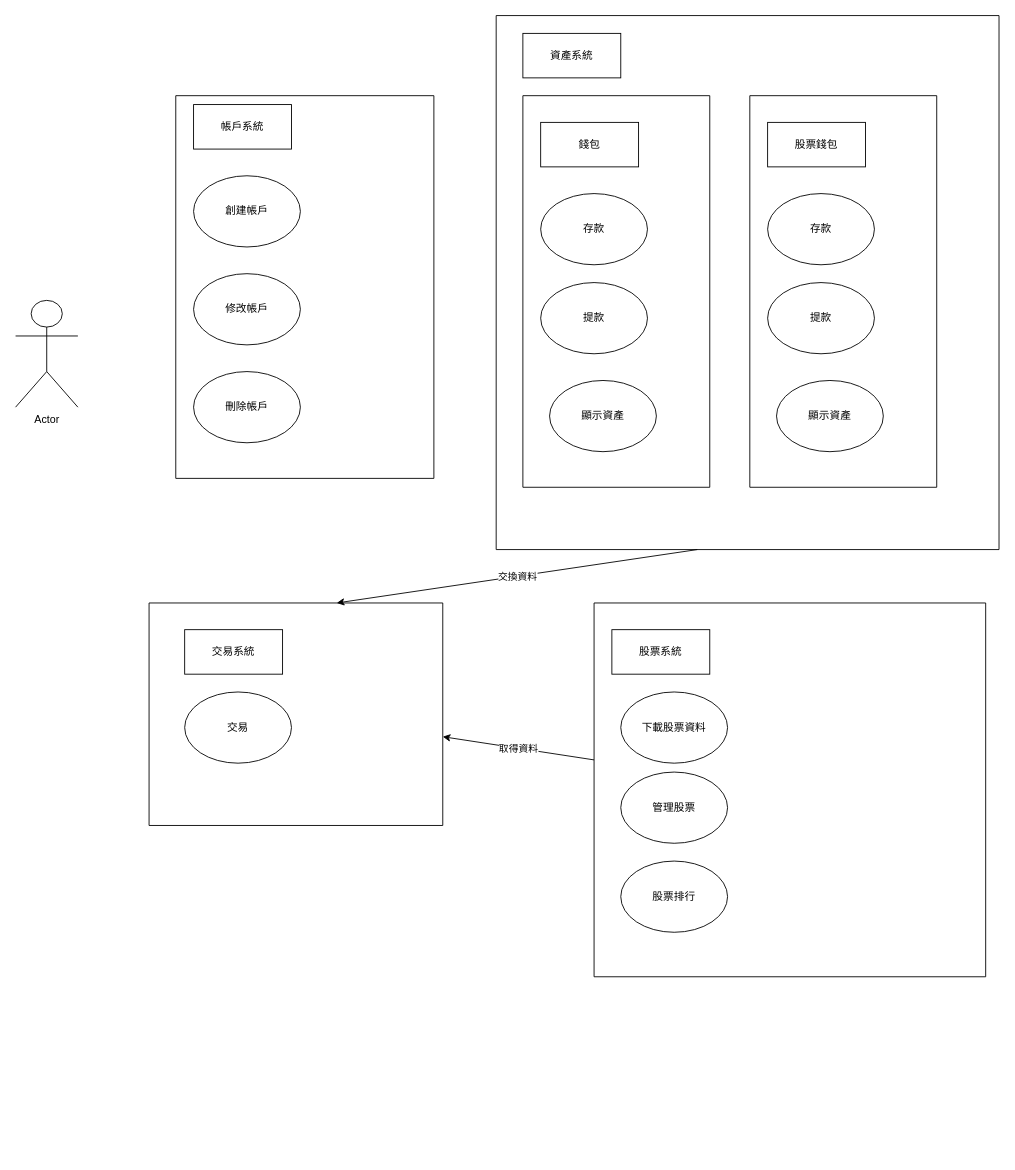
Before: 使用者案例.drawio in linchuen/TradeSimulator, a draw.io diagram. Source tidied: cells renumbered, new cells numbered last; positions are measured from the earlier drawing's top-left corner, leaving out a move shared by most shapes. Both pictures are drawn from the tidied source at 89%, with x=0, y=0 at pixel (15, 15).
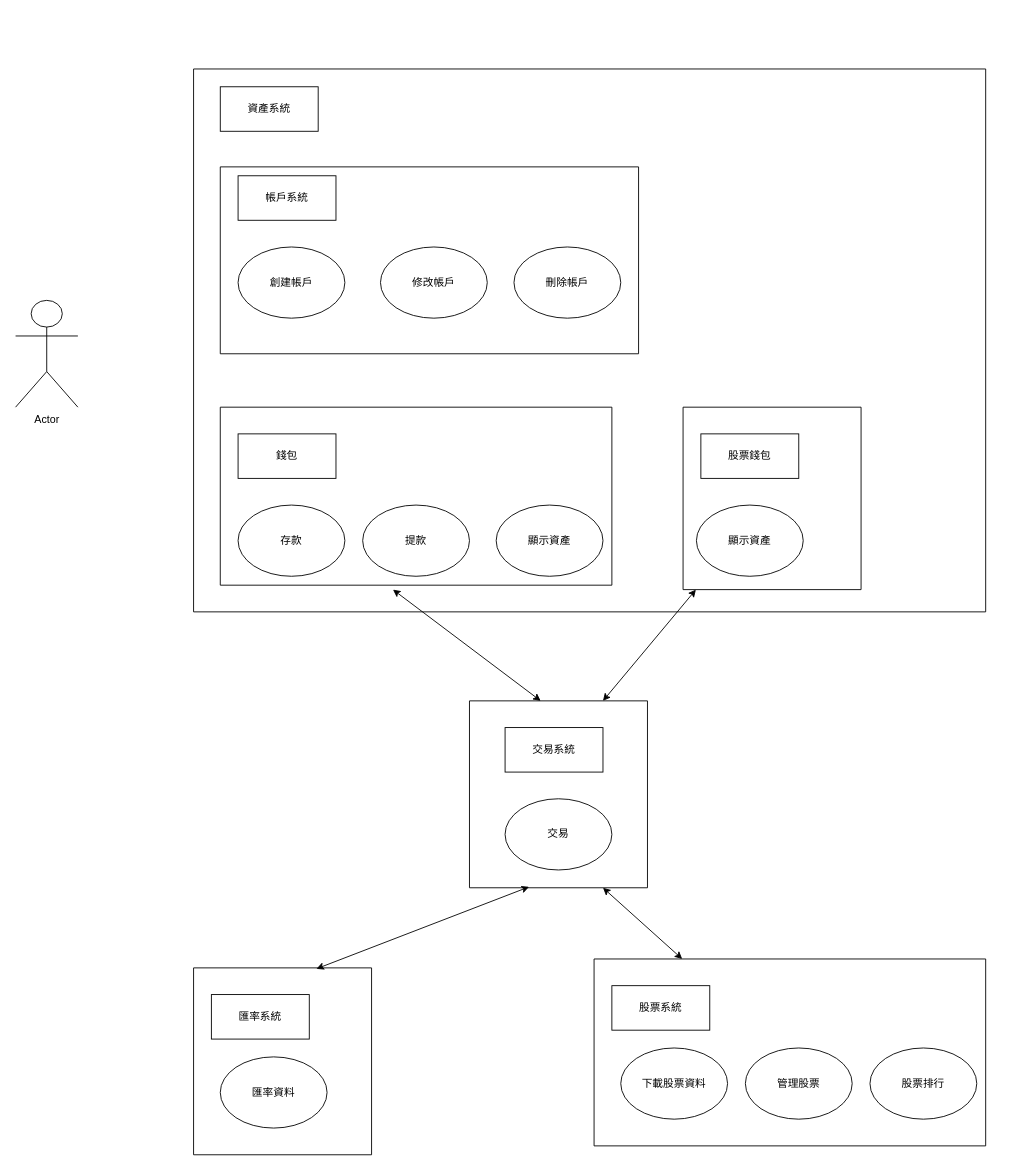
The same diagram, later.

The edit, as a diff of the source:
```diff
@@
-    <mxCell id="3" style="swimlane;startSize=0;" parent="1" vertex="1">
-      <mxGeometry x="180" y="90" width="290" height="430" as="geometry" />
-    </mxCell>
-    <mxCell id="4" value="創建帳戶" style="ellipse;whiteSpace=wrap;html=1;" parent="3" vertex="1">
-      <mxGeometry x="20" y="90" width="120" height="80" as="geometry" />
-    </mxCell>
-    <mxCell id="5" value="修改帳戶" style="ellipse;whiteSpace=wrap;html=1;" parent="3" vertex="1">
-      <mxGeometry x="20" y="200" width="120" height="80" as="geometry" />
-    </mxCell>
-    <mxCell id="6" value="刪除帳戶" style="ellipse;whiteSpace=wrap;html=1;" parent="3" vertex="1">
-      <mxGeometry x="20" y="310" width="120" height="80" as="geometry" />
-    </mxCell>
-    <mxCell id="7" value="帳戶系統" style="rounded=0;whiteSpace=wrap;html=1;" parent="3" vertex="1">
-      <mxGeometry x="20" y="10" width="110" height="50" as="geometry" />
-    </mxCell>
     <mxCell id="8" style="swimlane;startSize=0;" parent="1" vertex="1">
-      <mxGeometry x="540" width="565" height="600" as="geometry" />
+      <mxGeometry x="200" y="60" width="890" height="610" as="geometry" />
     </mxCell>
@@
     <mxCell id="10" style="swimlane;startSize=0;" parent="8" vertex="1">
-      <mxGeometry x="30" y="90" width="210" height="440" as="geometry" />
+      <mxGeometry x="30" y="380" width="440" height="200" as="geometry" />
     </mxCell>
@@
     <mxCell id="13" value="提款" style="ellipse;whiteSpace=wrap;html=1;" parent="10" vertex="1">
-      <mxGeometry x="20" y="210" width="120" height="80" as="geometry" />
+      <mxGeometry x="160" y="110" width="120" height="80" as="geometry" />
     </mxCell>
     <mxCell id="14" value="顯示資產" style="ellipse;whiteSpace=wrap;html=1;" parent="10" vertex="1">
-      <mxGeometry x="30" y="320" width="120" height="80" as="geometry" />
+      <mxGeometry x="310" y="110" width="120" height="80" as="geometry" />
     </mxCell>
     <mxCell id="15" style="swimlane;startSize=0;" parent="8" vertex="1">
-      <mxGeometry x="285" y="90" width="210" height="440" as="geometry" />
+      <mxGeometry x="550" y="380" width="200" height="205" as="geometry" />
     </mxCell>
@@
-    <mxCell id="17" value="存款" style="ellipse;whiteSpace=wrap;html=1;" parent="15" vertex="1">
-      <mxGeometry x="20" y="110" width="120" height="80" as="geometry" />
-    </mxCell>
-    <mxCell id="18" value="提款" style="ellipse;whiteSpace=wrap;html=1;" parent="15" vertex="1">
-      <mxGeometry x="20" y="210" width="120" height="80" as="geometry" />
-    </mxCell>
     <mxCell id="19" value="顯示資產" style="ellipse;whiteSpace=wrap;html=1;" parent="15" vertex="1">
-      <mxGeometry x="30" y="320" width="120" height="80" as="geometry" />
+      <mxGeometry x="15" y="110" width="120" height="80" as="geometry" />
     </mxCell>
+    <mxCell id="3" style="swimlane;startSize=0;" parent="8" vertex="1">
+      <mxGeometry x="30" y="110" width="470" height="210" as="geometry" />
+    </mxCell>
+    <mxCell id="4" value="創建帳戶" style="ellipse;whiteSpace=wrap;html=1;" parent="3" vertex="1">
+      <mxGeometry x="20" y="90" width="120" height="80" as="geometry" />
+    </mxCell>
+    <mxCell id="5" value="修改帳戶" style="ellipse;whiteSpace=wrap;html=1;" parent="3" vertex="1">
+      <mxGeometry x="180" y="90" width="120" height="80" as="geometry" />
+    </mxCell>
+    <mxCell id="6" value="刪除帳戶" style="ellipse;whiteSpace=wrap;html=1;" parent="3" vertex="1">
+      <mxGeometry x="330" y="90" width="120" height="80" as="geometry" />
+    </mxCell>
+    <mxCell id="7" value="帳戶系統" style="rounded=0;whiteSpace=wrap;html=1;" parent="3" vertex="1">
+      <mxGeometry x="20" y="10" width="110" height="50" as="geometry" />
+    </mxCell>
+    <mxCell id="32" style="edgeStyle=orthogonalEdgeStyle;rounded=0;orthogonalLoop=1;jettySize=auto;html=1;exitX=0.5;exitY=1;exitDx=0;exitDy=0;" parent="8" edge="1" source="3" target="3">
+      <mxGeometry relative="1" as="geometry" />
+    </mxCell>
     <mxCell id="20" style="swimlane;startSize=0;" parent="1" vertex="1">
-      <mxGeometry x="650" y="660" width="440" height="420" as="geometry" />
+      <mxGeometry x="650" y="1060" width="440" height="210" as="geometry" />
     </mxCell>
@@
     <mxCell id="23" value="管理股票" style="ellipse;whiteSpace=wrap;html=1;" parent="20" vertex="1">
-      <mxGeometry x="30" y="190" width="120" height="80" as="geometry" />
+      <mxGeometry x="170" y="100" width="120" height="80" as="geometry" />
     </mxCell>
     <mxCell id="24" value="股票排行" style="ellipse;whiteSpace=wrap;html=1;" parent="20" vertex="1">
-      <mxGeometry x="30" y="290" width="120" height="80" as="geometry" />
+      <mxGeometry x="310" y="100" width="120" height="80" as="geometry" />
     </mxCell>
     <mxCell id="25" style="swimlane;startSize=0;" parent="1" vertex="1">
-      <mxGeometry x="150" y="660" width="330" height="250" as="geometry" />
+      <mxGeometry x="510" y="770" width="200" height="210" as="geometry" />
     </mxCell>
@@
     <mxCell id="27" value="交易" style="ellipse;whiteSpace=wrap;html=1;" parent="25" vertex="1">
-      <mxGeometry x="40" y="100" width="120" height="80" as="geometry" />
+      <mxGeometry x="40" y="110" width="120" height="80" as="geometry" />
     </mxCell>
-    <mxCell id="28" style="endArrow=classic;html=1;rounded=0;exitX=0.4;exitY=1;exitDx=0;exitDy=0;exitPerimeter=0;entryX=0.639;entryY=0;entryDx=0;entryDy=0;entryPerimeter=0;" parent="1" edge="1" source="8" target="25">
-      <mxGeometry relative="1" as="geometry" />
-    </mxCell>
-    <mxCell id="29" value="交換資料" style="edgeLabel;html=1;align=center;verticalAlign=middle;" parent="28" vertex="1">
-      <mxGeometry relative="1" as="geometry" />
-    </mxCell>
+    <mxCell id="33" style="swimlane;startSize=0;" parent="1" vertex="1">
+      <mxGeometry x="200" y="1070" width="200" height="210" as="geometry" />
+    </mxCell>
+    <mxCell id="34" value="匯率系統" style="rounded=0;whiteSpace=wrap;html=1;" parent="33" vertex="1">
+      <mxGeometry x="20" y="30" width="110" height="50" as="geometry" />
+    </mxCell>
+    <mxCell id="35" value="匯率資料" style="ellipse;whiteSpace=wrap;html=1;" parent="33" vertex="1">
+      <mxGeometry x="30" y="100" width="120" height="80" as="geometry" />
+    </mxCell>
+    <mxCell id="36" style="endArrow=classic;startArrow=classic;html=1;rounded=0;entryX=0.441;entryY=1.025;entryDx=0;entryDy=0;entryPerimeter=0;exitX=0.4;exitY=0;exitDx=0;exitDy=0;exitPerimeter=0;" parent="1" edge="1" source="25" target="10">
+      <mxGeometry relative="1" as="geometry" />
+    </mxCell>
+    <mxCell id="37" style="endArrow=classic;startArrow=classic;html=1;rounded=0;exitX=0.75;exitY=0;exitDx=0;exitDy=0;" parent="1" edge="1" source="25" target="15">
+      <mxGeometry relative="1" as="geometry" />
+    </mxCell>
+    <mxCell id="38" style="endArrow=classic;startArrow=classic;html=1;rounded=0;entryX=0.335;entryY=0.995;entryDx=0;entryDy=0;entryPerimeter=0;exitX=0.69;exitY=0.005;exitDx=0;exitDy=0;exitPerimeter=0;" parent="1" edge="1" source="33" target="25">
+      <mxGeometry relative="1" as="geometry" />
+    </mxCell>
-    <mxCell id="30" style="endArrow=classic;html=1;rounded=0;" parent="1" edge="1" source="20" target="25">
+    <mxCell id="30" style="endArrow=classic;startArrow=classic;html=1;rounded=0;entryX=0.75;entryY=1;entryDx=0;entryDy=0;exitX=0.225;exitY=0;exitDx=0;exitDy=0;exitPerimeter=0;" parent="1" edge="1" source="20" target="25">
       <mxGeometry relative="1" as="geometry" />
     </mxCell>
-    <mxCell id="31" value="取得資料" style="edgeLabel;html=1;align=center;verticalAlign=middle;" parent="30" vertex="1">
-      <mxGeometry relative="1" as="geometry" />
-    </mxCell>
```
